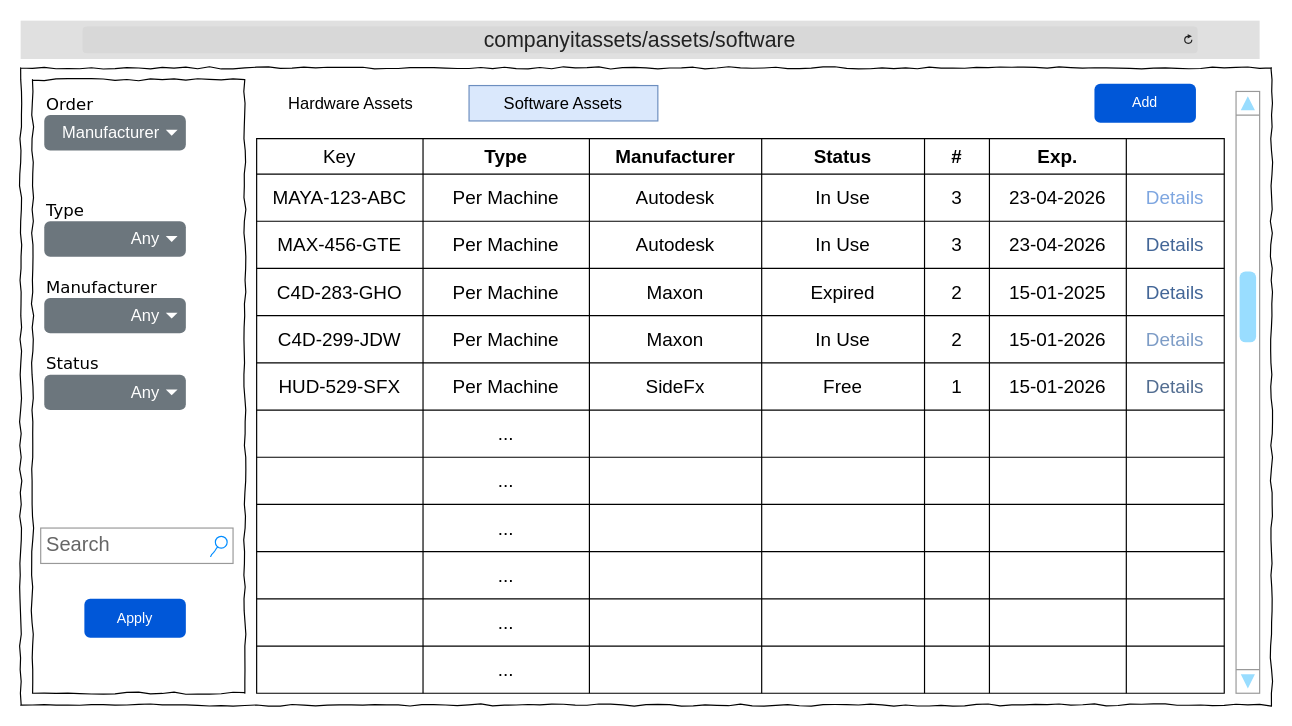
Before: Wireframes/ITAT_SWAssets_Index.drawio in TRed91/ITAssetTracking, a draw.io diagram. Source tidied: cells renumbered, new cells numbered last; positions are measured from the earlier drawing's top-left corner, leaving out a move shared by most shapes. Both pictures are drawn from the tidied source at 118%, with x=0, y=0 at pixel (20, 20).
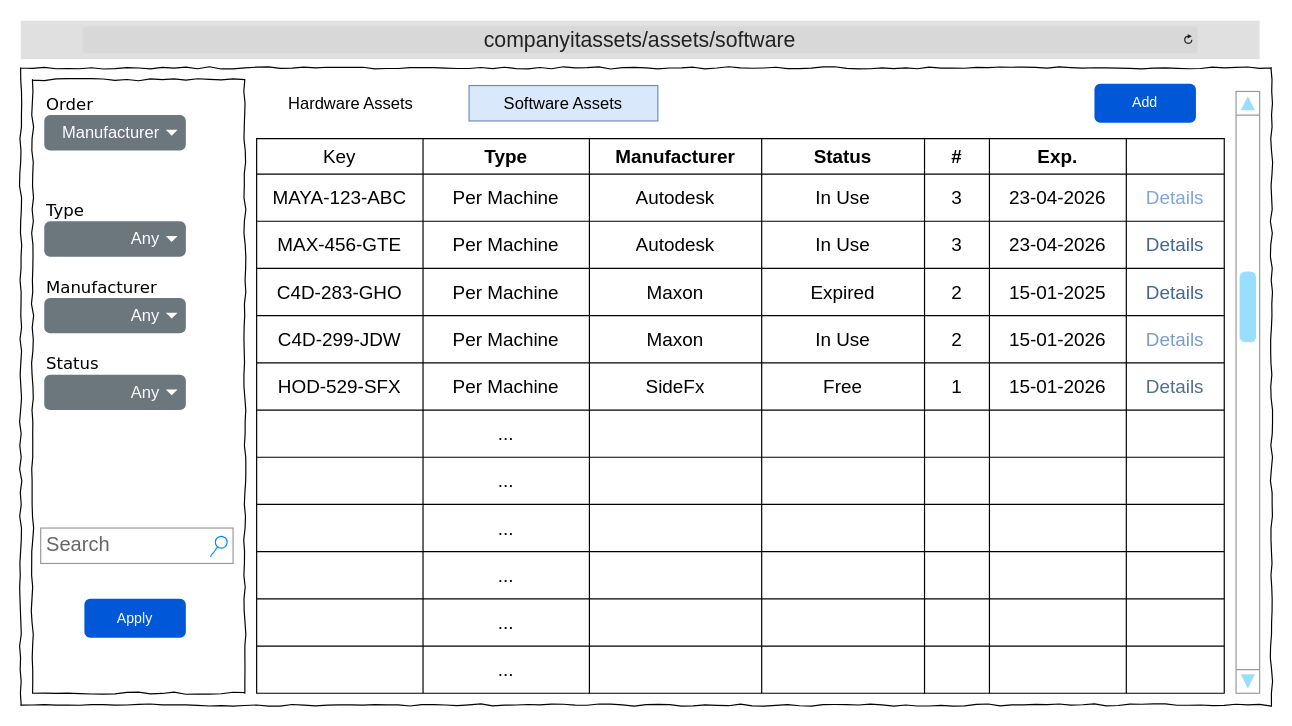
Above is the later version.

Unchanged cells that the change refers to:
```xml
<mxCell id="46" style="shape=tableRow;horizontal=0;startSize=0;swimlaneHead=0;swimlaneBody=0;strokeColor=inherit;top=0;left=0;bottom=0;right=0;fillColor=none;fontSize=16;" parent="5" vertex="1">
  <mxGeometry y="190" width="820" height="40" as="geometry" />
</mxCell>
```

The edit, as a diff of the source:
```diff
@@
-    <mxCell id="47" value="HUD-529-SFX" style="shape=partialRectangle;html=1;whiteSpace=wrap;strokeColor=inherit;overflow=hidden;fillColor=none;top=0;left=0;bottom=0;right=0;fontSize=16;" parent="46" vertex="1">
+    <mxCell id="47" value="HOD-529-SFX" style="shape=partialRectangle;html=1;whiteSpace=wrap;strokeColor=inherit;overflow=hidden;fillColor=none;top=0;left=0;bottom=0;right=0;fontSize=16;" parent="46" vertex="1">
       <mxGeometry width="141" height="40" as="geometry" />
     </mxCell>
```
